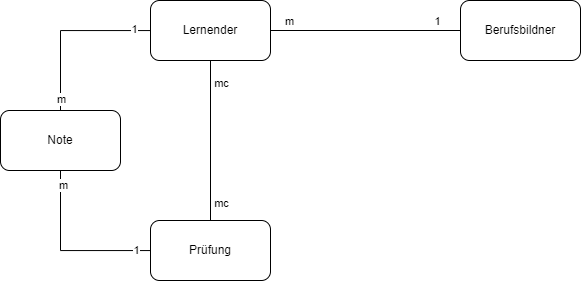
Before: kn-m-02/scheme_konzeptionell.png, a diagram exported from draw.io (mariotraub/m165). Source tidied: cells renumbered, new cells last; positions are measured from the earlier drawing's top-left corner, leaving out a move shared by most shapes.
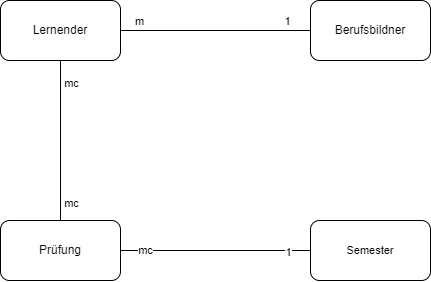
The same file after the commit.

The edit, as a diff of the source:
```diff
@@ -15,15 +15,6 @@
         <mxPoint x="9" as="offset" />
       </mxGeometry>
     </mxCell>
-    <mxCell id="5" style="edgeStyle=orthogonalEdgeStyle;rounded=0;jettySize=auto;html=1;entryX=0.5;entryY=0;entryDx=0;entryDy=0;endArrow=none;startFill=0;" parent="1" edge="1" source="8" target="17">
-      <mxGeometry relative="1" as="geometry" />
-    </mxCell>
-    <mxCell id="6" value="1" style="edgeLabel;html=1;align=center;verticalAlign=middle;fontFamily=Helvetica;fontSize=11;fontColor=default;labelBackgroundColor=default;" parent="5" vertex="1">
-      <mxGeometry x="-0.81" y="-2" relative="1" as="geometry" />
-    </mxCell>
-    <mxCell id="7" value="m" style="edgeLabel;html=1;align=center;verticalAlign=middle;fontFamily=Helvetica;fontSize=11;fontColor=default;labelBackgroundColor=default;" parent="5" vertex="1">
-      <mxGeometry x="0.87" relative="1" as="geometry" />
-    </mxCell>
     <mxCell id="8" value="Lernender" style="rounded=1;whiteSpace=wrap;html=1;" parent="1" vertex="1">
       <mxGeometry x="150" width="120" height="60" as="geometry" />
     </mxCell>
@@ -43,20 +34,20 @@
     <mxCell id="12" value="Berufsbildner" style="rounded=1;whiteSpace=wrap;html=1;" parent="1" vertex="1">
       <mxGeometry x="460" width="120" height="60" as="geometry" />
     </mxCell>
-    <mxCell id="13" style="edgeStyle=orthogonalEdgeStyle;shape=connector;rounded=0;jettySize=auto;html=1;entryX=0.5;entryY=1;entryDx=0;entryDy=0;strokeColor=default;align=center;verticalAlign=middle;fontFamily=Helvetica;fontSize=11;fontColor=default;labelBackgroundColor=default;startFill=0;endArrow=none;" parent="1" edge="1" source="16" target="17">
-      <mxGeometry relative="1" as="geometry" />
-    </mxCell>
-    <mxCell id="14" value="m" style="edgeLabel;html=1;align=center;verticalAlign=middle;fontFamily=Helvetica;fontSize=11;fontColor=default;labelBackgroundColor=default;" parent="13" vertex="1">
-      <mxGeometry x="0.83" y="-2" relative="1" as="geometry" />
-    </mxCell>
-    <mxCell id="15" value="1" style="edgeLabel;html=1;align=center;verticalAlign=middle;fontFamily=Helvetica;fontSize=11;fontColor=default;labelBackgroundColor=default;" parent="13" vertex="1">
-      <mxGeometry x="-0.84" y="-1" relative="1" as="geometry" />
-    </mxCell>
+    <mxCell id="18" style="edgeStyle=orthogonalEdgeStyle;shape=connector;rounded=0;jettySize=auto;html=1;entryX=0;entryY=0.5;entryDx=0;entryDy=0;strokeColor=default;align=center;verticalAlign=middle;fontFamily=Helvetica;fontSize=11;fontColor=default;labelBackgroundColor=default;startFill=0;endArrow=none;" parent="1" edge="1" source="16" target="21">
+      <mxGeometry relative="1" as="geometry" />
+    </mxCell>
+    <mxCell id="19" value="mc" style="edgeLabel;html=1;align=center;verticalAlign=middle;fontFamily=Helvetica;fontSize=11;fontColor=default;labelBackgroundColor=default;" parent="18" vertex="1">
+      <mxGeometry x="-0.74" y="1" relative="1" as="geometry" />
+    </mxCell>
+    <mxCell id="20" value="1" style="edgeLabel;html=1;align=center;verticalAlign=middle;fontFamily=Helvetica;fontSize=11;fontColor=default;labelBackgroundColor=default;" parent="18" vertex="1">
+      <mxGeometry x="0.75" y="-1" relative="1" as="geometry" />
+    </mxCell>
     <mxCell id="16" value="Prüfung" style="rounded=1;whiteSpace=wrap;html=1;" parent="1" vertex="1">
       <mxGeometry x="150" y="220" width="120" height="60" as="geometry" />
     </mxCell>
-    <mxCell id="17" value="Note" style="rounded=1;whiteSpace=wrap;html=1;" parent="1" vertex="1">
-      <mxGeometry y="110" width="120" height="60" as="geometry" />
-    </mxCell>
+    <mxCell id="21" value="Semester" style="rounded=1;whiteSpace=wrap;html=1;fontFamily=Helvetica;fontSize=11;fontColor=default;labelBackgroundColor=default;" parent="1" vertex="1">
+      <mxGeometry x="460" y="220" width="120" height="60" as="geometry" />
+    </mxCell>
   </root>
 </mxGraphModel>
```
